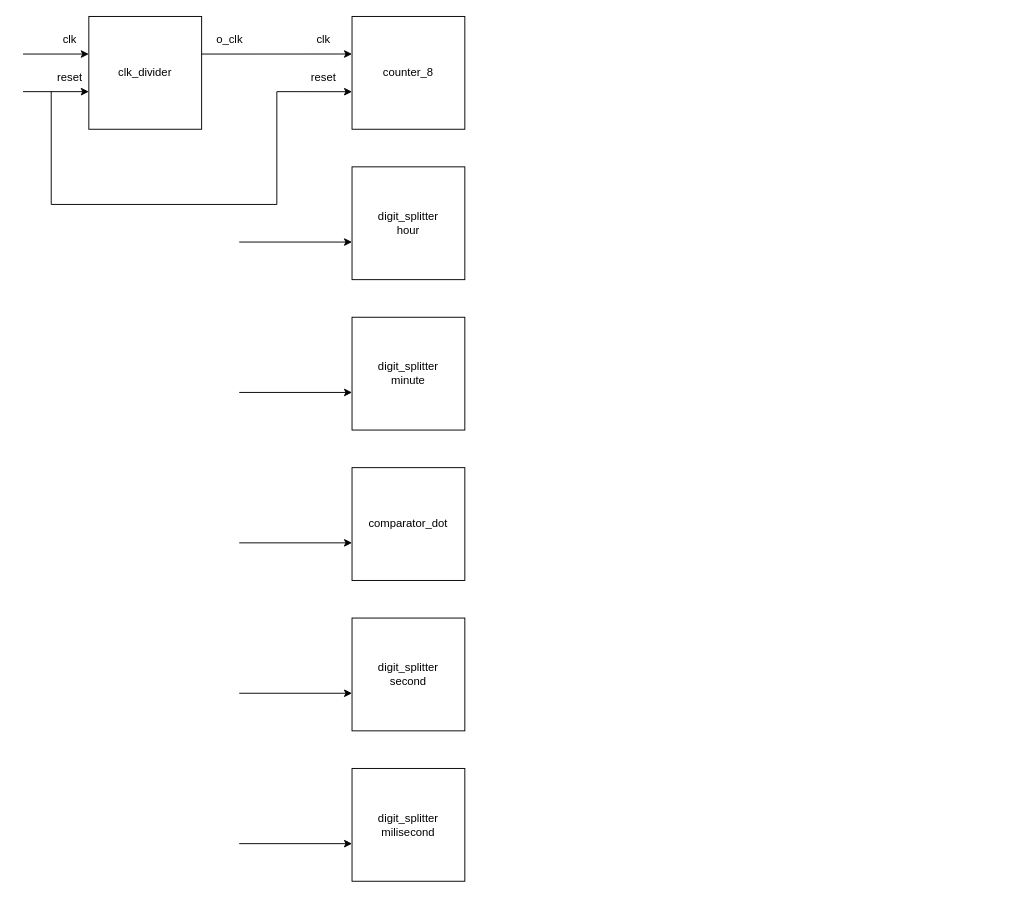
Above: fnd_controller.drawio in Friday930/draw_io (draw.io), before the change. Source tidied: cells renumbered, new cells numbered last; positions are measured from the earlier drawing's top-left corner, leaving out a move shared by most shapes. Both pictures are drawn from the tidied source at 94%, with x=0, y=0 at pixel (23, 16).
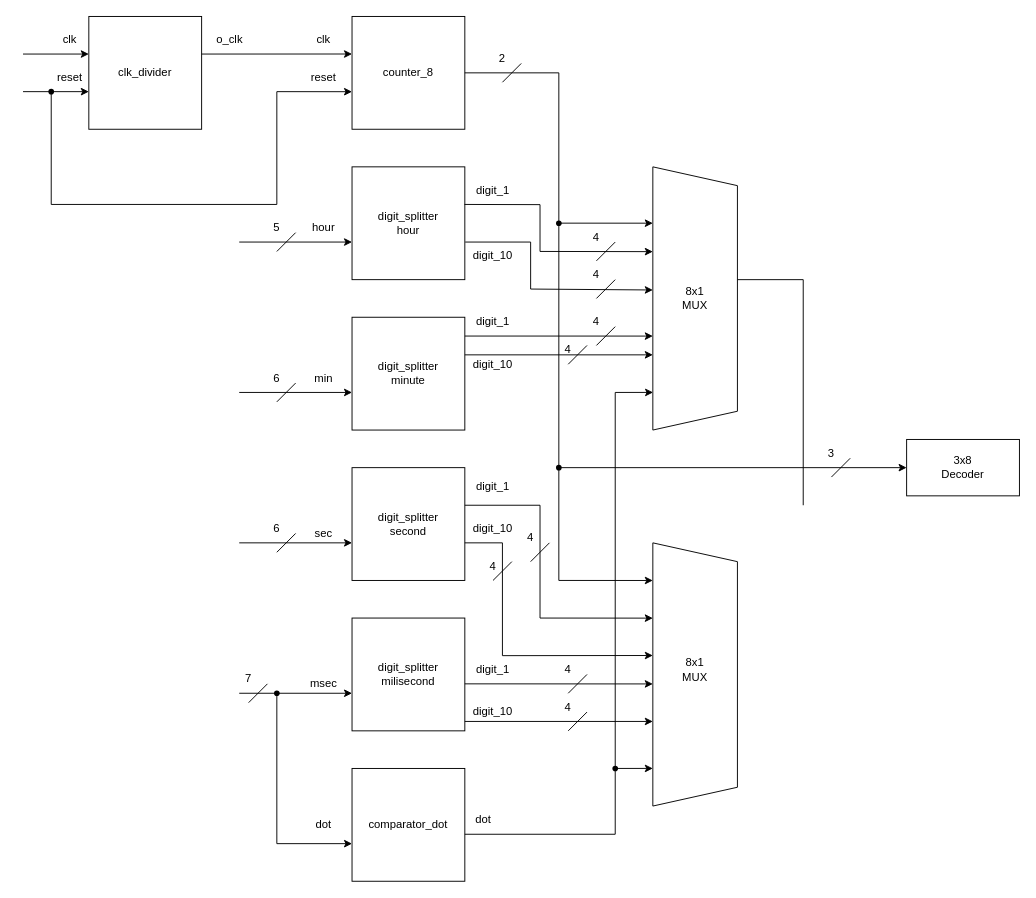
After the change.

The change refers to these unchanged cells:
```xml
<mxCell id="3" value="counter_8" style="rounded=0;whiteSpace=wrap;html=1;" parent="1" vertex="1">
  <mxGeometry x="350" width="120" height="120" as="geometry" />
</mxCell>
```

Change to the diagram source:
```diff
@@
     <mxCell id="6" value="comparator_dot" style="rounded=0;whiteSpace=wrap;html=1;" parent="1" vertex="1">
-      <mxGeometry x="350" y="480" width="120" height="120" as="geometry" />
+      <mxGeometry x="350" y="800" width="120" height="120" as="geometry" />
     </mxCell>
     <mxCell id="7" value="digit_splitter&lt;div&gt;second&lt;/div&gt;" style="rounded=0;whiteSpace=wrap;html=1;" parent="1" vertex="1">
-      <mxGeometry x="350" y="640" width="120" height="120" as="geometry" />
+      <mxGeometry x="350" y="480" width="120" height="120" as="geometry" />
     </mxCell>
     <mxCell id="8" value="digit_splitter&lt;div&gt;milisecond&lt;/div&gt;" style="rounded=0;whiteSpace=wrap;html=1;" parent="1" vertex="1">
-      <mxGeometry x="350" y="800" width="120" height="120" as="geometry" />
+      <mxGeometry x="350" y="640" width="120" height="120" as="geometry" />
     </mxCell>
@@
-    <mxCell id="11" style="endArrow=classic;html=1;rounded=0;entryX=0;entryY=0.667;entryDx=0;entryDy=0;entryPerimeter=0;" parent="1" edge="1" target="3">
+    <mxCell id="11" style="endArrow=classic;html=1;rounded=0;entryX=0;entryY=0.667;entryDx=0;entryDy=0;entryPerimeter=0;" parent="1" edge="1" source="73" target="3">
       <mxGeometry relative="1" as="geometry">
-        <mxPoint x="30" y="80" as="sourcePoint" />
         <Array as="points">
           <mxPoint x="30" y="200" />
           <mxPoint x="270" y="200" />
           <mxPoint x="270" y="80" />
         </Array>
       </mxGeometry>
     </mxCell>
@@
-    <mxCell id="20" style="endArrow=classic;html=1;rounded=0;" parent="1" edge="1">
-      <mxGeometry relative="1" as="geometry">
-        <mxPoint x="230" y="560" as="sourcePoint" />
-        <mxPoint x="350" y="560" as="targetPoint" />
-      </mxGeometry>
-    </mxCell>
     <mxCell id="21" style="endArrow=classic;html=1;rounded=0;" parent="1" edge="1">
       <mxGeometry relative="1" as="geometry">
-        <mxPoint x="230" y="720" as="sourcePoint" />
-        <mxPoint x="350" y="720" as="targetPoint" />
+        <mxPoint x="230" y="560" as="sourcePoint" />
+        <mxPoint x="350" y="560" as="targetPoint" />
       </mxGeometry>
     </mxCell>
     <mxCell id="22" style="endArrow=classic;html=1;rounded=0;" parent="1" edge="1">
       <mxGeometry relative="1" as="geometry">
-        <mxPoint x="230" y="880" as="sourcePoint" />
-        <mxPoint x="350" y="880" as="targetPoint" />
+        <mxPoint x="230" y="720" as="sourcePoint" />
+        <mxPoint x="350" y="720" as="targetPoint" />
       </mxGeometry>
     </mxCell>
+    <mxCell id="23" style="endArrow=classic;html=1;rounded=0;" parent="1" edge="1" source="72">
+      <mxGeometry relative="1" as="geometry">
+        <mxPoint x="350" y="880" as="targetPoint" />
+        <Array as="points">
+          <mxPoint x="270" y="880" />
+        </Array>
+      </mxGeometry>
+    </mxCell>
+    <mxCell id="24" value="hour" style="text;html=1;align=center;verticalAlign=middle;whiteSpace=wrap;rounded=0;" parent="1" vertex="1">
+      <mxGeometry x="290" y="210" width="60" height="30" as="geometry" />
+    </mxCell>
+    <mxCell id="25" style="endArrow=none;html=1;rounded=0;" parent="1" edge="1">
+      <mxGeometry relative="1" as="geometry">
+        <mxPoint x="270" y="250" as="sourcePoint" />
+        <mxPoint x="290" y="230" as="targetPoint" />
+      </mxGeometry>
+    </mxCell>
+    <mxCell id="26" value="5" style="text;html=1;align=center;verticalAlign=middle;whiteSpace=wrap;rounded=0;" parent="1" vertex="1">
+      <mxGeometry x="240" y="210" width="60" height="30" as="geometry" />
+    </mxCell>
+    <mxCell id="27" style="endArrow=none;html=1;rounded=0;" parent="1" edge="1">
+      <mxGeometry relative="1" as="geometry">
+        <mxPoint x="270" y="410" as="sourcePoint" />
+        <mxPoint x="290" y="390" as="targetPoint" />
+      </mxGeometry>
+    </mxCell>
+    <mxCell id="28" value="6" style="text;html=1;align=center;verticalAlign=middle;whiteSpace=wrap;rounded=0;" parent="1" vertex="1">
+      <mxGeometry x="240" y="370" width="60" height="30" as="geometry" />
+    </mxCell>
+    <mxCell id="29" style="endArrow=none;html=1;rounded=0;" parent="1" edge="1">
+      <mxGeometry relative="1" as="geometry">
+        <mxPoint x="270" y="570" as="sourcePoint" />
+        <mxPoint x="290" y="550" as="targetPoint" />
+      </mxGeometry>
+    </mxCell>
+    <mxCell id="30" value="6" style="text;html=1;align=center;verticalAlign=middle;whiteSpace=wrap;rounded=0;" parent="1" vertex="1">
+      <mxGeometry x="240" y="530" width="60" height="30" as="geometry" />
+    </mxCell>
+    <mxCell id="31" style="endArrow=none;html=1;rounded=0;" parent="1" edge="1">
+      <mxGeometry relative="1" as="geometry">
+        <mxPoint x="240" y="730" as="sourcePoint" />
+        <mxPoint x="260" y="710" as="targetPoint" />
+      </mxGeometry>
+    </mxCell>
+    <mxCell id="32" value="7" style="text;html=1;align=center;verticalAlign=middle;whiteSpace=wrap;rounded=0;" parent="1" vertex="1">
+      <mxGeometry x="210" y="690" width="60" height="30" as="geometry" />
+    </mxCell>
+    <mxCell id="33" style="shape=trapezoid;perimeter=trapezoidPerimeter;whiteSpace=wrap;html=1;fixedSize=1;direction=south;" parent="1" vertex="1">
+      <mxGeometry x="670" y="160" width="90" height="280" as="geometry" />
+    </mxCell>
+    <mxCell id="34" style="shape=trapezoid;perimeter=trapezoidPerimeter;whiteSpace=wrap;html=1;fixedSize=1;direction=south;" parent="1" vertex="1">
+      <mxGeometry x="670" y="560" width="90" height="280" as="geometry" />
+    </mxCell>
+    <mxCell id="35" style="edgeStyle=orthogonalEdgeStyle;rounded=0;jettySize=auto;html=1;entryX=0.214;entryY=1;entryDx=0;entryDy=0;entryPerimeter=0;" parent="1" edge="1" source="3" target="33">
+      <mxGeometry relative="1" as="geometry" />
+    </mxCell>
+    <mxCell id="36" style="endArrow=classic;html=1;rounded=0;entryX=0.143;entryY=1;entryDx=0;entryDy=0;entryPerimeter=0;" parent="1" edge="1" target="34">
+      <mxGeometry relative="1" as="geometry">
+        <mxPoint x="570" y="220" as="sourcePoint" />
+        <Array as="points">
+          <mxPoint x="570" y="600" />
+        </Array>
+      </mxGeometry>
+    </mxCell>
+    <mxCell id="37" style="endArrow=none;html=1;rounded=0;" parent="1" edge="1">
+      <mxGeometry relative="1" as="geometry">
+        <mxPoint x="510" y="70" as="sourcePoint" />
+        <mxPoint x="530" y="50" as="targetPoint" />
+      </mxGeometry>
+    </mxCell>
+    <mxCell id="38" value="2" style="text;html=1;align=center;verticalAlign=middle;whiteSpace=wrap;rounded=0;" parent="1" vertex="1">
+      <mxGeometry x="480" y="30" width="60" height="30" as="geometry" />
+    </mxCell>
+    <mxCell id="39" style="endArrow=classic;html=1;rounded=0;entryX=0.429;entryY=1;entryDx=0;entryDy=0;entryPerimeter=0;exitX=0.997;exitY=0.582;exitDx=0;exitDy=0;exitPerimeter=0;" parent="1" edge="1">
+      <mxGeometry relative="1" as="geometry">
+        <mxPoint x="469.6" y="200" as="sourcePoint" />
+        <mxPoint x="670" y="250.2" as="targetPoint" />
+        <Array as="points">
+          <mxPoint x="550" y="200.2" />
+          <mxPoint x="550" y="250" />
+        </Array>
+      </mxGeometry>
+    </mxCell>
+    <mxCell id="40" style="endArrow=classic;html=1;rounded=0;entryX=0.575;entryY=1.004;entryDx=0;entryDy=0;entryPerimeter=0;" parent="1" edge="1">
+      <mxGeometry relative="1" as="geometry">
+        <mxPoint x="470.4" y="240" as="sourcePoint" />
+        <mxPoint x="670" y="291" as="targetPoint" />
+        <Array as="points">
+          <mxPoint x="540" y="240" />
+          <mxPoint x="540" y="290" />
+        </Array>
+      </mxGeometry>
+    </mxCell>
+    <mxCell id="41" value="digit_1" style="text;html=1;align=center;verticalAlign=middle;whiteSpace=wrap;rounded=0;" parent="1" vertex="1">
+      <mxGeometry x="470" y="170" width="60" height="30" as="geometry" />
+    </mxCell>
+    <mxCell id="42" value="digit_10" style="text;html=1;align=center;verticalAlign=middle;whiteSpace=wrap;rounded=0;" parent="1" vertex="1">
+      <mxGeometry x="470" y="240" width="60" height="30" as="geometry" />
+    </mxCell>
+    <mxCell id="43" style="endArrow=none;html=1;rounded=0;" parent="1" edge="1">
+      <mxGeometry relative="1" as="geometry">
+        <mxPoint x="610" y="260" as="sourcePoint" />
+        <mxPoint x="630" y="240" as="targetPoint" />
+      </mxGeometry>
+    </mxCell>
+    <mxCell id="44" value="4" style="text;html=1;align=center;verticalAlign=middle;whiteSpace=wrap;rounded=0;" parent="1" vertex="1">
+      <mxGeometry x="580" y="220" width="60" height="30" as="geometry" />
+    </mxCell>
+    <mxCell id="45" style="endArrow=none;html=1;rounded=0;" parent="1" edge="1">
+      <mxGeometry relative="1" as="geometry">
+        <mxPoint x="610" y="300" as="sourcePoint" />
+        <mxPoint x="630" y="280" as="targetPoint" />
+      </mxGeometry>
+    </mxCell>
+    <mxCell id="46" value="4" style="text;html=1;align=center;verticalAlign=middle;whiteSpace=wrap;rounded=0;" parent="1" vertex="1">
+      <mxGeometry x="580" y="260" width="60" height="30" as="geometry" />
+    </mxCell>
+    <mxCell id="47" style="endArrow=classic;html=1;rounded=0;entryX=0.643;entryY=1;entryDx=0;entryDy=0;entryPerimeter=0;" parent="1" edge="1" target="33">
+      <mxGeometry relative="1" as="geometry">
+        <mxPoint x="470" y="340" as="sourcePoint" />
+      </mxGeometry>
+    </mxCell>
+    <mxCell id="48" style="endArrow=classic;html=1;rounded=0;entryX=0.643;entryY=1;entryDx=0;entryDy=0;entryPerimeter=0;" parent="1" edge="1">
+      <mxGeometry relative="1" as="geometry">
+        <mxPoint x="470" y="360" as="sourcePoint" />
+        <mxPoint x="670" y="360" as="targetPoint" />
+      </mxGeometry>
+    </mxCell>
+    <mxCell id="49" value="digit_1" style="text;html=1;align=center;verticalAlign=middle;whiteSpace=wrap;rounded=0;" parent="1" vertex="1">
+      <mxGeometry x="470" y="310" width="60" height="30" as="geometry" />
+    </mxCell>
+    <mxCell id="50" value="digit_10" style="text;html=1;align=center;verticalAlign=middle;whiteSpace=wrap;rounded=0;" parent="1" vertex="1">
+      <mxGeometry x="470" y="355" width="60" height="30" as="geometry" />
+    </mxCell>
+    <mxCell id="51" style="endArrow=none;html=1;rounded=0;" parent="1" edge="1">
+      <mxGeometry relative="1" as="geometry">
+        <mxPoint x="610" y="350" as="sourcePoint" />
+        <mxPoint x="630" y="330" as="targetPoint" />
+      </mxGeometry>
+    </mxCell>
+    <mxCell id="52" value="4" style="text;html=1;align=center;verticalAlign=middle;whiteSpace=wrap;rounded=0;" parent="1" vertex="1">
+      <mxGeometry x="580" y="310" width="60" height="30" as="geometry" />
+    </mxCell>
+    <mxCell id="53" style="endArrow=none;html=1;rounded=0;" parent="1" edge="1">
+      <mxGeometry relative="1" as="geometry">
+        <mxPoint x="580" y="370" as="sourcePoint" />
+        <mxPoint x="600" y="350" as="targetPoint" />
+      </mxGeometry>
+    </mxCell>
+    <mxCell id="54" value="4" style="text;html=1;align=center;verticalAlign=middle;whiteSpace=wrap;rounded=0;" parent="1" vertex="1">
+      <mxGeometry x="550" y="340" width="60" height="30" as="geometry" />
+    </mxCell>
+    <mxCell id="55" style="endArrow=classic;html=1;rounded=0;entryX=0.286;entryY=1;entryDx=0;entryDy=0;entryPerimeter=0;" parent="1" edge="1" target="34">
+      <mxGeometry relative="1" as="geometry">
+        <mxPoint x="470" y="520" as="sourcePoint" />
+        <Array as="points">
+          <mxPoint x="550" y="520" />
+          <mxPoint x="550" y="640" />
+        </Array>
+      </mxGeometry>
+    </mxCell>
+    <mxCell id="56" style="endArrow=classic;html=1;rounded=0;entryX=0.428;entryY=1;entryDx=0;entryDy=0;entryPerimeter=0;" parent="1" edge="1" target="34">
+      <mxGeometry relative="1" as="geometry">
+        <mxPoint x="470" y="560" as="sourcePoint" />
+        <Array as="points">
+          <mxPoint x="510" y="560" />
+          <mxPoint x="510" y="680" />
+        </Array>
+      </mxGeometry>
+    </mxCell>
+    <mxCell id="57" value="digit_1" style="text;html=1;align=center;verticalAlign=middle;whiteSpace=wrap;rounded=0;" parent="1" vertex="1">
+      <mxGeometry x="470" y="485" width="60" height="30" as="geometry" />
+    </mxCell>
+    <mxCell id="58" value="digit_10" style="text;html=1;align=center;verticalAlign=middle;whiteSpace=wrap;rounded=0;" parent="1" vertex="1">
+      <mxGeometry x="470" y="530" width="60" height="30" as="geometry" />
+    </mxCell>
+    <mxCell id="59" style="endArrow=none;html=1;rounded=0;" parent="1" edge="1">
+      <mxGeometry relative="1" as="geometry">
+        <mxPoint x="540" y="580" as="sourcePoint" />
+        <mxPoint x="560" y="560" as="targetPoint" />
+      </mxGeometry>
+    </mxCell>
+    <mxCell id="60" value="4" style="text;html=1;align=center;verticalAlign=middle;whiteSpace=wrap;rounded=0;" parent="1" vertex="1">
+      <mxGeometry x="510" y="540" width="60" height="30" as="geometry" />
+    </mxCell>
+    <mxCell id="61" style="endArrow=none;html=1;rounded=0;" parent="1" edge="1">
+      <mxGeometry relative="1" as="geometry">
+        <mxPoint x="500" y="600" as="sourcePoint" />
+        <mxPoint x="520" y="580" as="targetPoint" />
+      </mxGeometry>
+    </mxCell>
+    <mxCell id="62" value="4" style="text;html=1;align=center;verticalAlign=middle;whiteSpace=wrap;rounded=0;" parent="1" vertex="1">
+      <mxGeometry x="470" y="570" width="60" height="30" as="geometry" />
+    </mxCell>
+    <mxCell id="63" style="endArrow=classic;html=1;rounded=0;entryX=0.536;entryY=1;entryDx=0;entryDy=0;entryPerimeter=0;" parent="1" edge="1" target="34">
+      <mxGeometry relative="1" as="geometry">
+        <mxPoint x="470" y="710" as="sourcePoint" />
+      </mxGeometry>
+    </mxCell>
+    <mxCell id="64" style="endArrow=classic;html=1;rounded=0;entryX=0.536;entryY=1;entryDx=0;entryDy=0;entryPerimeter=0;" parent="1" edge="1">
+      <mxGeometry relative="1" as="geometry">
+        <mxPoint x="470" y="750" as="sourcePoint" />
+        <mxPoint x="670" y="750" as="targetPoint" />
+      </mxGeometry>
+    </mxCell>
+    <mxCell id="65" value="digit_1" style="text;html=1;align=center;verticalAlign=middle;whiteSpace=wrap;rounded=0;" parent="1" vertex="1">
+      <mxGeometry x="470" y="680" width="60" height="30" as="geometry" />
+    </mxCell>
+    <mxCell id="66" value="digit_10" style="text;html=1;align=center;verticalAlign=middle;whiteSpace=wrap;rounded=0;" parent="1" vertex="1">
+      <mxGeometry x="470" y="725" width="60" height="30" as="geometry" />
+    </mxCell>
+    <mxCell id="67" style="endArrow=none;html=1;rounded=0;" parent="1" edge="1">
+      <mxGeometry relative="1" as="geometry">
+        <mxPoint x="580" y="720" as="sourcePoint" />
+        <mxPoint x="600" y="700" as="targetPoint" />
+      </mxGeometry>
+    </mxCell>
+    <mxCell id="68" value="4" style="text;html=1;align=center;verticalAlign=middle;whiteSpace=wrap;rounded=0;" parent="1" vertex="1">
+      <mxGeometry x="550" y="680" width="60" height="30" as="geometry" />
+    </mxCell>
+    <mxCell id="69" style="endArrow=none;html=1;rounded=0;" parent="1" edge="1">
+      <mxGeometry relative="1" as="geometry">
+        <mxPoint x="580" y="760" as="sourcePoint" />
+        <mxPoint x="600" y="740" as="targetPoint" />
+      </mxGeometry>
+    </mxCell>
+    <mxCell id="70" value="4" style="text;html=1;align=center;verticalAlign=middle;whiteSpace=wrap;rounded=0;" parent="1" vertex="1">
+      <mxGeometry x="550" y="720" width="60" height="30" as="geometry" />
+    </mxCell>
+    <mxCell id="71" style="shape=waypoint;sketch=0;fillStyle=solid;size=6;fillColor=none;perimeter=centerPerimeter;" parent="1" vertex="1">
+      <mxGeometry x="560" y="210" width="20" height="20" as="geometry" />
+    </mxCell>
+    <mxCell id="72" style="shape=waypoint;sketch=0;fillStyle=solid;size=6;points=[];fillColor=none;perimeter=centerPerimeter;snapToPoint=1;" parent="1" vertex="1">
+      <mxGeometry x="260" y="710" width="20" height="20" as="geometry" />
+    </mxCell>
+    <mxCell id="73" style="shape=waypoint;sketch=0;fillStyle=solid;size=6;points=[];fillColor=none;perimeter=centerPerimeter;snapToPoint=1;" parent="1" vertex="1">
+      <mxGeometry x="20" y="70" width="20" height="20" as="geometry" />
+    </mxCell>
+    <mxCell id="74" style="endArrow=classic;html=1;rounded=0;entryX=0.857;entryY=1;entryDx=0;entryDy=0;entryPerimeter=0;" parent="1" edge="1" target="34">
+      <mxGeometry relative="1" as="geometry">
+        <mxPoint x="470" y="870" as="sourcePoint" />
+        <Array as="points">
+          <mxPoint x="630" y="870" />
+          <mxPoint x="630" y="800" />
+        </Array>
+      </mxGeometry>
+    </mxCell>
+    <mxCell id="75" style="shape=waypoint;sketch=0;fillStyle=solid;size=6;fillColor=none;perimeter=centerPerimeter;" parent="1" vertex="1">
+      <mxGeometry x="620" y="790" width="20" height="20" as="geometry" />
+    </mxCell>
+    <mxCell id="76" style="endArrow=classic;html=1;rounded=0;entryX=0.857;entryY=0.997;entryDx=0;entryDy=0;entryPerimeter=0;" parent="1" edge="1" target="33">
+      <mxGeometry relative="1" as="geometry">
+        <mxPoint x="630" y="800" as="sourcePoint" />
+        <Array as="points">
+          <mxPoint x="630" y="400" />
+        </Array>
+      </mxGeometry>
+    </mxCell>
+    <mxCell id="77" value="min" style="text;html=1;align=center;verticalAlign=middle;whiteSpace=wrap;rounded=0;" parent="1" vertex="1">
+      <mxGeometry x="290" y="370" width="60" height="30" as="geometry" />
+    </mxCell>
+    <mxCell id="78" value="sec" style="text;html=1;align=center;verticalAlign=middle;whiteSpace=wrap;rounded=0;" parent="1" vertex="1">
+      <mxGeometry x="290" y="535" width="60" height="30" as="geometry" />
+    </mxCell>
+    <mxCell id="79" value="msec" style="text;html=1;align=center;verticalAlign=middle;whiteSpace=wrap;rounded=0;" parent="1" vertex="1">
+      <mxGeometry x="290" y="695" width="60" height="30" as="geometry" />
+    </mxCell>
+    <mxCell id="80" value="dot" style="text;html=1;align=center;verticalAlign=middle;whiteSpace=wrap;rounded=0;" parent="1" vertex="1">
+      <mxGeometry x="290" y="845" width="60" height="30" as="geometry" />
+    </mxCell>
+    <mxCell id="81" value="dot" style="text;html=1;align=center;verticalAlign=middle;whiteSpace=wrap;rounded=0;" parent="1" vertex="1">
+      <mxGeometry x="460" y="840" width="60" height="30" as="geometry" />
+    </mxCell>
+    <mxCell id="82" value="8x1&lt;br&gt;MUX" style="text;html=1;align=center;verticalAlign=middle;whiteSpace=wrap;rounded=0;" parent="1" vertex="1">
+      <mxGeometry x="685" y="285" width="60" height="30" as="geometry" />
+    </mxCell>
+    <mxCell id="83" value="8x1&lt;br&gt;MUX" style="text;html=1;align=center;verticalAlign=middle;whiteSpace=wrap;rounded=0;" parent="1" vertex="1">
+      <mxGeometry x="685" y="680" width="60" height="30" as="geometry" />
+    </mxCell>
+    <mxCell id="84" style="endArrow=classic;html=1;rounded=0;" parent="1" edge="1" source="87" target="85">
+      <mxGeometry relative="1" as="geometry" />
+    </mxCell>
+    <mxCell id="85" value="3x8&lt;div&gt;Decoder&lt;/div&gt;" style="rounded=0;whiteSpace=wrap;html=1;" parent="1" vertex="1">
+      <mxGeometry x="940" y="450" width="120" height="60" as="geometry" />
+    </mxCell>
+    <mxCell id="86" style="endArrow=classic;html=1;rounded=0;" parent="1" edge="1" target="87">
+      <mxGeometry relative="1" as="geometry">
+        <mxPoint x="570" y="480" as="sourcePoint" />
+      </mxGeometry>
+    </mxCell>
+    <mxCell id="87" style="shape=waypoint;sketch=0;fillStyle=solid;size=6;points=[];fillColor=none;perimeter=centerPerimeter;snapToPoint=1;" parent="1" vertex="1">
+      <mxGeometry x="560" y="470" width="20" height="20" as="geometry" />
+    </mxCell>
+    <mxCell id="88" style="endArrow=none;html=1;rounded=0;" parent="1" edge="1">
+      <mxGeometry relative="1" as="geometry">
+        <mxPoint x="860" y="490" as="sourcePoint" />
+        <mxPoint x="880" y="470" as="targetPoint" />
+      </mxGeometry>
+    </mxCell>
+    <mxCell id="89" value="3" style="text;html=1;align=center;verticalAlign=middle;whiteSpace=wrap;rounded=0;" parent="1" vertex="1">
+      <mxGeometry x="830" y="450" width="60" height="30" as="geometry" />
+    </mxCell>
+    <mxCell id="90" style="endArrow=none;html=1;rounded=0;" parent="1" edge="1">
+      <mxGeometry relative="1" as="geometry">
+        <mxPoint x="760" y="280" as="sourcePoint" />
+        <mxPoint x="830" y="520" as="targetPoint" />
+        <Array as="points">
+          <mxPoint x="830" y="280" />
+        </Array>
+      </mxGeometry>
+    </mxCell>
```
